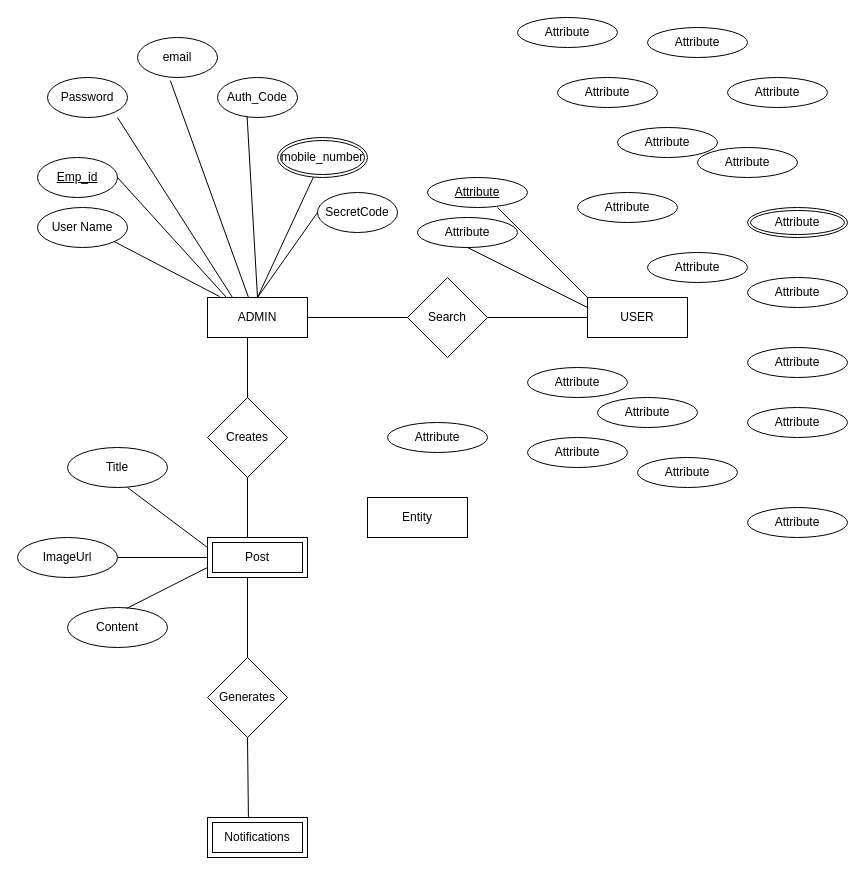
Above: Placement_erd.drawio in shalulaha/Minor_Project (draw.io), before the change. Source tidied: cells renumbered, new cells numbered last; positions are measured from the earlier drawing's top-left corner, leaving out a move shared by most shapes. Both pictures are drawn from the tidied source at 100%, with x=0, y=0 at pixel (17, 17).
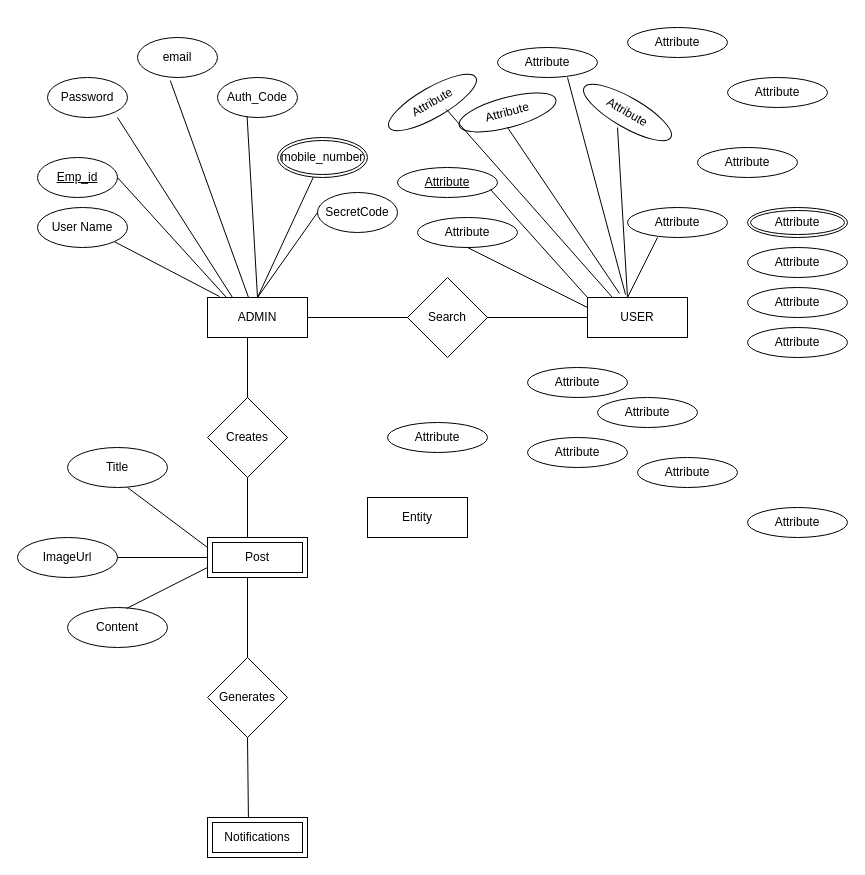
After the change.

The change refers to these unchanged cells:
```xml
<mxCell id="3" value="USER" style="whiteSpace=wrap;html=1;align=center;" parent="1" vertex="1">
  <mxGeometry x="570" y="280" width="100" height="40" as="geometry" />
</mxCell>
```

The edit, as a diff of the source:
```diff
@@
     <mxCell id="37" value="Attribute" style="ellipse;whiteSpace=wrap;html=1;align=center;fontStyle=4;" parent="1" vertex="1">
-      <mxGeometry x="410" y="160" width="100" height="30" as="geometry" />
+      <mxGeometry x="380" y="150" width="100" height="30" as="geometry" />
     </mxCell>
-    <mxCell id="38" value="Attribute" style="ellipse;whiteSpace=wrap;html=1;align=center;" parent="1" vertex="1">
-      <mxGeometry x="540" y="60" width="100" height="30" as="geometry" />
+    <mxCell id="38" value="Attribute" style="ellipse;whiteSpace=wrap;html=1;align=center;rotation=-15;" parent="1" vertex="1">
+      <mxGeometry x="440" y="80" width="100" height="30" as="geometry" />
     </mxCell>
     <mxCell id="39" value="Attribute" style="ellipse;whiteSpace=wrap;html=1;align=center;" parent="1" vertex="1">
-      <mxGeometry x="630" y="10" width="100" height="30" as="geometry" />
+      <mxGeometry x="610" y="10" width="100" height="30" as="geometry" />
     </mxCell>
@@
     <mxCell id="43" value="Attribute" style="ellipse;whiteSpace=wrap;html=1;align=center;" parent="1" vertex="1">
-      <mxGeometry x="730" y="260" width="100" height="30" as="geometry" />
+      <mxGeometry x="730" y="230" width="100" height="30" as="geometry" />
     </mxCell>
     <mxCell id="44" value="Attribute" style="ellipse;whiteSpace=wrap;html=1;align=center;" parent="1" vertex="1">
-      <mxGeometry x="730" y="330" width="100" height="30" as="geometry" />
+      <mxGeometry x="730" y="270" width="100" height="30" as="geometry" />
     </mxCell>
     <mxCell id="45" value="Attribute" style="ellipse;whiteSpace=wrap;html=1;align=center;" parent="1" vertex="1">
-      <mxGeometry x="730" y="390" width="100" height="30" as="geometry" />
+      <mxGeometry x="730" y="310" width="100" height="30" as="geometry" />
     </mxCell>
@@
-    <mxCell id="48" value="Attribute" style="ellipse;whiteSpace=wrap;html=1;align=center;" parent="1" vertex="1">
-      <mxGeometry x="560" y="175" width="100" height="30" as="geometry" />
+    <mxCell id="48" value="Attribute" style="ellipse;whiteSpace=wrap;html=1;align=center;rotation=-30;" parent="1" vertex="1">
+      <mxGeometry x="365" y="70" width="100" height="30" as="geometry" />
     </mxCell>
     <mxCell id="49" value="Attribute" style="ellipse;whiteSpace=wrap;html=1;align=center;" parent="1" vertex="1">
-      <mxGeometry x="500" width="100" height="30" as="geometry" />
+      <mxGeometry x="480" y="30" width="100" height="30" as="geometry" />
     </mxCell>
@@
-    <mxCell id="54" value="Attribute" style="ellipse;whiteSpace=wrap;html=1;align=center;" parent="1" vertex="1">
-      <mxGeometry x="600" y="110" width="100" height="30" as="geometry" />
+    <mxCell id="54" value="Attribute" style="ellipse;whiteSpace=wrap;html=1;align=center;rotation=30;" parent="1" vertex="1">
+      <mxGeometry x="560" y="80" width="100" height="30" as="geometry" />
     </mxCell>
     <mxCell id="55" value="Attribute" style="ellipse;whiteSpace=wrap;html=1;align=center;" parent="1" vertex="1">
-      <mxGeometry x="630" y="235" width="100" height="30" as="geometry" />
+      <mxGeometry x="610" y="190" width="100" height="30" as="geometry" />
     </mxCell>
@@
-    <mxCell id="57" style="endArrow=none;html=1;rounded=0;exitX=0;exitY=0;exitDx=0;exitDy=0;" parent="1" edge="1" source="3">
-      <mxGeometry relative="1" as="geometry">
-        <mxPoint x="480" y="190" as="targetPoint" />
-      </mxGeometry>
+    <mxCell id="57" style="endArrow=none;html=1;rounded=0;exitX=0;exitY=0;exitDx=0;exitDy=0;entryX=0.93;entryY=0.733;entryDx=0;entryDy=0;entryPerimeter=0;" parent="1" edge="1" source="3" target="37">
+      <mxGeometry relative="1" as="geometry" />
     </mxCell>
+    <mxCell id="58" style="endArrow=none;html=1;rounded=0;exitX=0.25;exitY=0;exitDx=0;exitDy=0;entryX=0.586;entryY=0.935;entryDx=0;entryDy=0;entryPerimeter=0;" parent="1" edge="1" source="3" target="48">
+      <mxGeometry relative="1" as="geometry" />
+    </mxCell>
+    <mxCell id="59" style="endArrow=none;html=1;rounded=0;exitX=0.32;exitY=-0.1;exitDx=0;exitDy=0;exitPerimeter=0;" parent="1" edge="1" source="3">
+      <mxGeometry relative="1" as="geometry">
+        <mxPoint x="490" y="110" as="targetPoint" />
+      </mxGeometry>
+    </mxCell>
+    <mxCell id="60" style="endArrow=none;html=1;rounded=0;exitX=0.38;exitY=-0.075;exitDx=0;exitDy=0;exitPerimeter=0;" parent="1" edge="1" source="3">
+      <mxGeometry relative="1" as="geometry">
+        <mxPoint x="550" y="60" as="targetPoint" />
+      </mxGeometry>
+    </mxCell>
+    <mxCell id="61" style="endArrow=none;html=1;rounded=0;" parent="1" edge="1">
+      <mxGeometry relative="1" as="geometry">
+        <mxPoint x="610" y="280" as="sourcePoint" />
+        <mxPoint x="600" y="110" as="targetPoint" />
+      </mxGeometry>
+    </mxCell>
+    <mxCell id="62" style="endArrow=none;html=1;rounded=0;" parent="1" edge="1">
+      <mxGeometry relative="1" as="geometry">
+        <mxPoint x="610" y="280" as="sourcePoint" />
+        <mxPoint x="640" y="220" as="targetPoint" />
+      </mxGeometry>
+    </mxCell>
```
